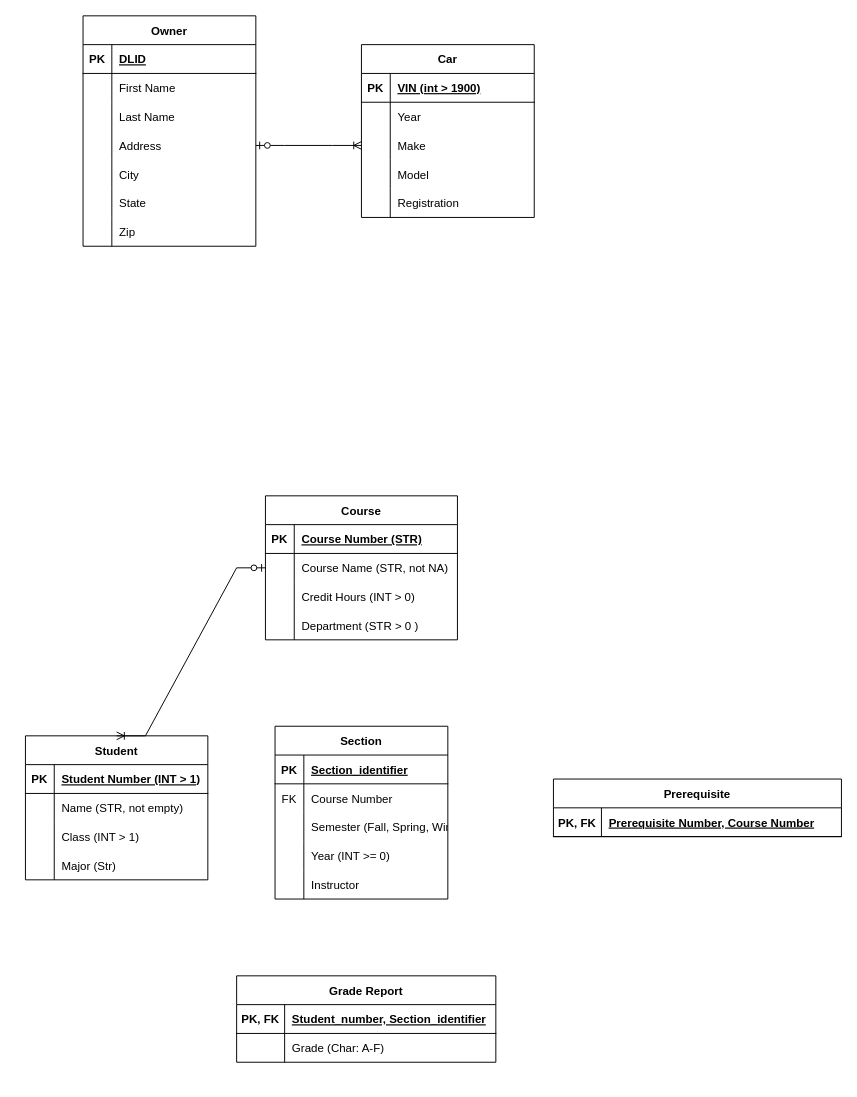
This is Lab One.drawio from seanjedi/comp-163-database-design-class, a draw.io file, before an edit. Source tidied: cells renumbered, new cells numbered last; positions are measured from the earlier drawing's top-left corner, leaving out a move shared by most shapes. Both pictures are drawn from the tidied source at 96%, with x=0, y=0 at pixel (25, 15).
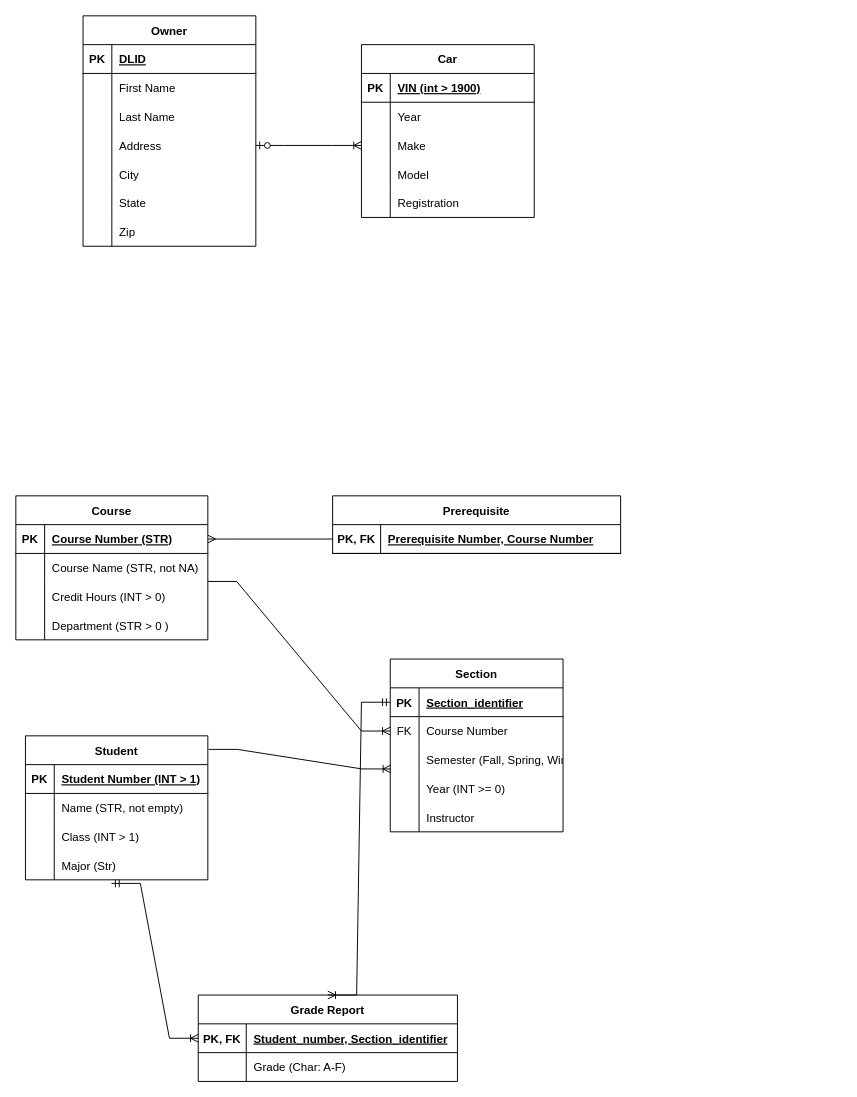
After the change.

Unchanged cells that the change refers to:
```xml
<mxCell id="41" value="Student" style="shape=table;startSize=30;childLayout=tableLayout;rowLines=0;fontStyle=1;align=center;" parent="1" vertex="1">
  <mxGeometry y="750" width="190" height="150" as="geometry" />
</mxCell>
<mxCell id="51" style="shape=tableRow;horizontal=0;startSize=0;swimlaneHead=0;swimlaneBody=0;fillColor=none;points=[[0,0.5],[1,0.5]];portConstraint=eastwest;top=0;left=0;right=0;bottom=0;" parent="41" vertex="1">
  <mxGeometry y="120" width="190" height="30" as="geometry" />
</mxCell>
<mxCell id="55" style="shape=tableRow;horizontal=0;startSize=0;swimlaneHead=0;swimlaneBody=0;fillColor=none;points=[[0,0.5],[1,0.5]];portConstraint=eastwest;top=0;left=0;right=0;bottom=1;" parent="54" vertex="1">
  <mxGeometry y="30" width="200" height="30" as="geometry" />
</mxCell>
<mxCell id="58" style="shape=tableRow;horizontal=0;startSize=0;swimlaneHead=0;swimlaneBody=0;fillColor=none;points=[[0,0.5],[1,0.5]];portConstraint=eastwest;top=0;left=0;right=0;bottom=0;" parent="54" vertex="1">
  <mxGeometry y="60" width="200" height="30" as="geometry" />
</mxCell>
<mxCell id="68" style="shape=tableRow;horizontal=0;startSize=0;swimlaneHead=0;swimlaneBody=0;fillColor=none;points=[[0,0.5],[1,0.5]];portConstraint=eastwest;top=0;left=0;right=0;bottom=1;" parent="67" vertex="1">
  <mxGeometry y="30" width="180" height="30" as="geometry" />
</mxCell>
<mxCell id="71" style="shape=tableRow;horizontal=0;startSize=0;swimlaneHead=0;swimlaneBody=0;fillColor=none;points=[[0,0.5],[1,0.5]];portConstraint=eastwest;top=0;left=0;right=0;bottom=0;" parent="67" vertex="1">
  <mxGeometry y="60" width="180" height="30" as="geometry" />
</mxCell>
<mxCell id="74" style="shape=tableRow;horizontal=0;startSize=0;swimlaneHead=0;swimlaneBody=0;fillColor=none;points=[[0,0.5],[1,0.5]];portConstraint=eastwest;top=0;left=0;right=0;bottom=0;" parent="67" vertex="1">
  <mxGeometry y="90" width="180" height="30" as="geometry" />
</mxCell>
<mxCell id="84" style="shape=tableRow;horizontal=0;startSize=0;swimlaneHead=0;swimlaneBody=0;fillColor=none;points=[[0,0.5],[1,0.5]];portConstraint=eastwest;top=0;left=0;right=0;bottom=1;" parent="83" vertex="1">
  <mxGeometry y="30" width="270" height="30" as="geometry" />
</mxCell>
<mxCell id="91" style="shape=tableRow;horizontal=0;startSize=0;swimlaneHead=0;swimlaneBody=0;fillColor=none;points=[[0,0.5],[1,0.5]];portConstraint=eastwest;top=0;left=0;right=0;bottom=1;" parent="90" vertex="1">
  <mxGeometry y="30" width="300" height="30" as="geometry" />
</mxCell>
```

Diff of the diagram source:
```diff
@@
     <mxCell id="54" value="Course" style="shape=table;startSize=30;childLayout=tableLayout;rowLines=0;fontStyle=1;align=center;" parent="1" vertex="1">
-      <mxGeometry x="250" y="500" width="200" height="150" as="geometry" />
+      <mxGeometry x="-10" y="500" width="200" height="150" as="geometry" />
     </mxCell>
@@
     <mxCell id="67" value="Section" style="shape=table;startSize=30;childLayout=tableLayout;rowLines=0;fontStyle=1;align=center;" parent="1" vertex="1">
-      <mxGeometry x="260" y="740" width="180" height="180" as="geometry" />
+      <mxGeometry x="380" y="670" width="180" height="180" as="geometry" />
     </mxCell>
@@
     <mxCell id="83" value="Grade Report" style="shape=table;startSize=30;childLayout=tableLayout;rowLines=0;fontStyle=1;align=center;" parent="1" vertex="1">
-      <mxGeometry x="220" y="1000" width="270" height="90" as="geometry" />
+      <mxGeometry x="180" y="1020" width="270" height="90" as="geometry" />
     </mxCell>
@@
     <mxCell id="90" value="Prerequisite" style="shape=table;startSize=30;childLayout=tableLayout;rowLines=0;fontStyle=1;align=center;" parent="1" vertex="1">
-      <mxGeometry x="550" y="795" width="300" height="60" as="geometry" />
+      <mxGeometry x="320" y="500" width="300" height="60" as="geometry" />
     </mxCell>
@@
-    <mxCell id="94" style="edgeStyle=entityRelationEdgeStyle;fontSize=12;html=1;endArrow=ERoneToMany;startArrow=ERzeroToOne;rounded=0;exitX=0;exitY=0.5;exitDx=0;exitDy=0;entryX=0.5;entryY=0;entryDx=0;entryDy=0;" parent="1" edge="1" source="58" target="41">
-      <mxGeometry relative="1" as="geometry" />
-    </mxCell>
+    <mxCell id="95" style="edgeStyle=entityRelationEdgeStyle;fontSize=12;html=1;endArrow=ERoneToMany;startArrow=ERmandOne;rounded=0;exitX=0.472;exitY=1.124;exitDx=0;exitDy=0;exitPerimeter=0;entryX=0;entryY=0.5;entryDx=0;entryDy=0;" parent="1" edge="1" source="51" target="84">
+      <mxGeometry relative="1" as="geometry" />
+    </mxCell>
+    <mxCell id="96" style="edgeStyle=entityRelationEdgeStyle;fontSize=12;html=1;endArrow=ERoneToMany;startArrow=ERmandOne;rounded=0;exitX=0;exitY=0.5;exitDx=0;exitDy=0;entryX=0.5;entryY=0;entryDx=0;entryDy=0;" parent="1" edge="1" source="68" target="83">
+      <mxGeometry relative="1" as="geometry" />
+    </mxCell>
+    <mxCell id="97" style="edgeStyle=entityRelationEdgeStyle;fontSize=12;html=1;endArrow=ERoneToMany;rounded=0;exitX=1;exitY=0.973;exitDx=0;exitDy=0;entryX=0;entryY=0.5;entryDx=0;entryDy=0;exitPerimeter=0;" parent="1" edge="1" source="58" target="71">
+      <mxGeometry relative="1" as="geometry" />
+    </mxCell>
+    <mxCell id="98" style="edgeStyle=entityRelationEdgeStyle;fontSize=12;html=1;endArrow=ERmany;rounded=0;exitX=0;exitY=0.5;exitDx=0;exitDy=0;entryX=1;entryY=0.5;entryDx=0;entryDy=0;" parent="1" edge="1" source="91" target="55">
+      <mxGeometry relative="1" as="geometry" />
+    </mxCell>
+    <mxCell id="99" style="edgeStyle=entityRelationEdgeStyle;fontSize=12;html=1;endArrow=ERoneToMany;rounded=0;exitX=1.004;exitY=0.094;exitDx=0;exitDy=0;entryX=0.003;entryY=0.816;entryDx=0;entryDy=0;exitPerimeter=0;entryPerimeter=0;" parent="1" edge="1" source="41" target="74">
+      <mxGeometry relative="1" as="geometry" />
+    </mxCell>
```
